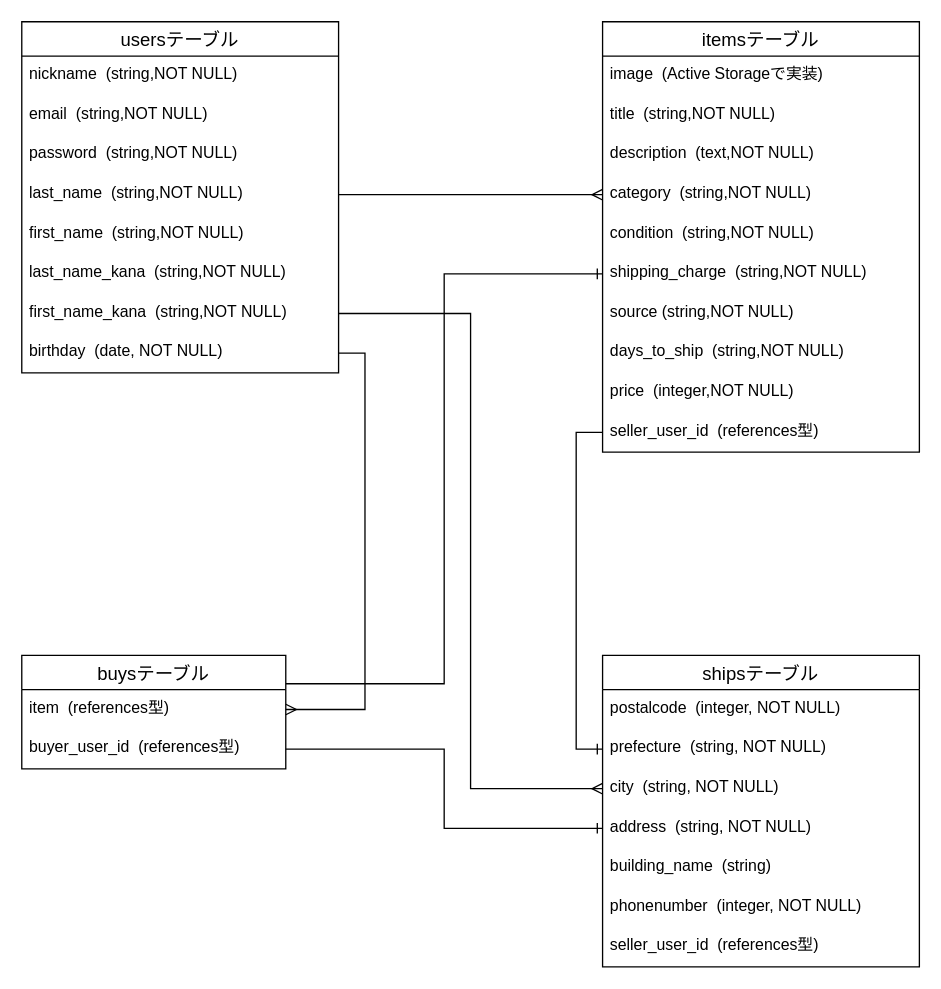
Earlier version of the draw.io diagram furima.dio (foiblelush09/furima-36763). Source tidied: cells renumbered, new cells numbered last; positions are measured from the earlier drawing's top-left corner, leaving out a move shared by most shapes. Both pictures are drawn from the tidied source at 132%, with x=0, y=0 at pixel (21, 21).
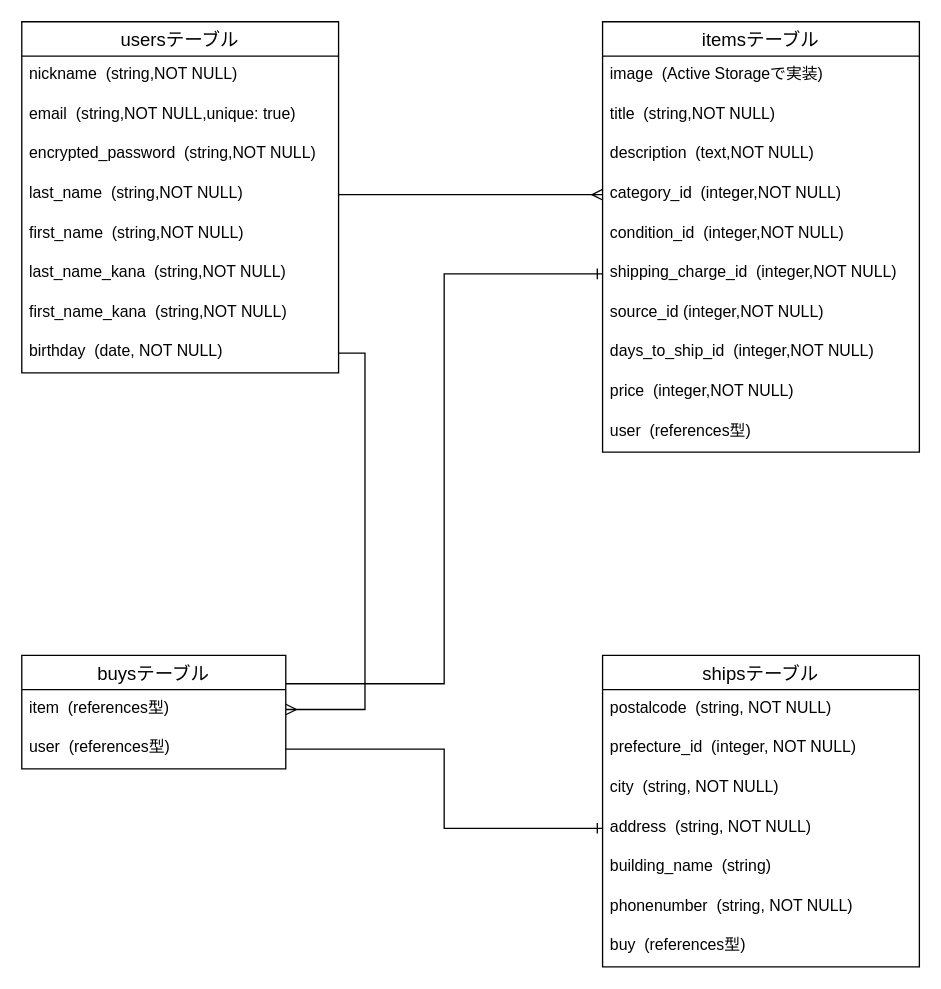
The same diagram, later.

Unchanged cells that the change refers to:
```xml
<mxCell id="2" value="usersテーブル" style="swimlane;fontStyle=0;horizontal=1;startSize=26;align=center;fontSize=14;" parent="1" vertex="1">
  <mxGeometry width="240" height="266" as="geometry" />
</mxCell>
<mxCell id="9" value="first_name_kana  (string,NOT NULL)" style="text;strokeColor=none;fillColor=none;spacingLeft=4;spacingRight=4;overflow=hidden;points=[[0,0.5],[1,0.5]];portConstraint=eastwest;fontSize=12;" parent="2" vertex="1">
  <mxGeometry y="206" width="240" height="30" as="geometry" />
</mxCell>
<mxCell id="11" value="itemsテーブル" style="swimlane;fontStyle=0;horizontal=1;startSize=26;align=center;fontSize=14;" parent="1" vertex="1">
  <mxGeometry x="440" width="240" height="326" as="geometry" />
</mxCell>
<mxCell id="23" value="buysテーブル" style="swimlane;fontStyle=0;horizontal=1;startSize=26;align=center;fontSize=14;" parent="1" vertex="1">
  <mxGeometry y="480" width="200" height="86" as="geometry" />
</mxCell>
<mxCell id="26" value="shipsテーブル" style="swimlane;fontStyle=0;horizontal=1;startSize=26;align=center;fontSize=14;" parent="1" vertex="1">
  <mxGeometry x="440" y="480" width="240" height="236" as="geometry" />
</mxCell>
<mxCell id="29" value="city  (string, NOT NULL)" style="text;strokeColor=none;fillColor=none;spacingLeft=4;spacingRight=4;overflow=hidden;points=[[0,0.5],[1,0.5]];portConstraint=eastwest;fontSize=12;" parent="26" vertex="1">
  <mxGeometry y="86" width="240" height="30" as="geometry" />
</mxCell>
```

Diff of the diagram source:
```diff
@@
-    <mxCell id="4" value="email  (string,NOT NULL)" style="text;strokeColor=none;fillColor=none;spacingLeft=4;spacingRight=4;overflow=hidden;fontSize=12;" parent="2" vertex="1">
+    <mxCell id="4" value="email  (string,NOT NULL,unique: true)" style="text;strokeColor=none;fillColor=none;spacingLeft=4;spacingRight=4;overflow=hidden;fontSize=12;" parent="2" vertex="1">
       <mxGeometry y="56" width="240" height="30" as="geometry" />
     </mxCell>
-    <mxCell id="5" value="password  (string,NOT NULL)" style="text;strokeColor=none;fillColor=none;spacingLeft=4;spacingRight=4;overflow=hidden;fontSize=12;" parent="2" vertex="1">
+    <mxCell id="5" value="encrypted_password  (string,NOT NULL)" style="text;strokeColor=none;fillColor=none;spacingLeft=4;spacingRight=4;overflow=hidden;fontSize=12;" parent="2" vertex="1">
       <mxGeometry y="86" width="240" height="30" as="geometry" />
     </mxCell>
@@
-    <mxCell id="15" value="category  (string,NOT NULL)" style="text;strokeColor=none;fillColor=none;spacingLeft=4;spacingRight=4;overflow=hidden;points=[[0,0.5],[1,0.5]];portConstraint=eastwest;fontSize=12;" parent="11" vertex="1">
+    <mxCell id="15" value="category_id  (integer,NOT NULL)" style="text;strokeColor=none;fillColor=none;spacingLeft=4;spacingRight=4;overflow=hidden;points=[[0,0.5],[1,0.5]];portConstraint=eastwest;fontSize=12;" parent="11" vertex="1">
       <mxGeometry y="116" width="240" height="30" as="geometry" />
     </mxCell>
-    <mxCell id="16" value="condition  (string,NOT NULL)" style="text;strokeColor=none;fillColor=none;spacingLeft=4;spacingRight=4;overflow=hidden;fontSize=12;" parent="11" vertex="1">
+    <mxCell id="16" value="condition_id  (integer,NOT NULL)" style="text;strokeColor=none;fillColor=none;spacingLeft=4;spacingRight=4;overflow=hidden;fontSize=12;" parent="11" vertex="1">
       <mxGeometry y="146" width="240" height="30" as="geometry" />
     </mxCell>
-    <mxCell id="17" value="shipping_charge  (string,NOT NULL)" style="text;strokeColor=none;fillColor=none;spacingLeft=4;spacingRight=4;overflow=hidden;points=[[0,0.5],[1,0.5]];portConstraint=eastwest;fontSize=12;" parent="11" vertex="1">
+    <mxCell id="17" value="shipping_charge_id  (integer,NOT NULL)" style="text;strokeColor=none;fillColor=none;spacingLeft=4;spacingRight=4;overflow=hidden;points=[[0,0.5],[1,0.5]];portConstraint=eastwest;fontSize=12;" parent="11" vertex="1">
       <mxGeometry y="176" width="240" height="30" as="geometry" />
     </mxCell>
-    <mxCell id="18" value="source (string,NOT NULL)" style="text;strokeColor=none;fillColor=none;spacingLeft=4;spacingRight=4;overflow=hidden;fontSize=12;" parent="11" vertex="1">
+    <mxCell id="18" value="source_id (integer,NOT NULL)" style="text;strokeColor=none;fillColor=none;spacingLeft=4;spacingRight=4;overflow=hidden;fontSize=12;" parent="11" vertex="1">
       <mxGeometry y="206" width="240" height="30" as="geometry" />
     </mxCell>
-    <mxCell id="19" value="days_to_ship  (string,NOT NULL)" style="text;strokeColor=none;fillColor=none;spacingLeft=4;spacingRight=4;overflow=hidden;fontSize=12;" parent="11" vertex="1">
+    <mxCell id="19" value="days_to_ship_id  (integer,NOT NULL)" style="text;strokeColor=none;fillColor=none;spacingLeft=4;spacingRight=4;overflow=hidden;fontSize=12;" parent="11" vertex="1">
       <mxGeometry y="236" width="240" height="30" as="geometry" />
     </mxCell>
@@
-    <mxCell id="21" value="seller_user_id  (references型)" style="text;strokeColor=none;fillColor=none;spacingLeft=4;spacingRight=4;overflow=hidden;points=[[0,0.5],[1,0.5]];portConstraint=eastwest;fontSize=12;" parent="11" vertex="1">
+    <mxCell id="21" value="user  (references型)" style="text;strokeColor=none;fillColor=none;spacingLeft=4;spacingRight=4;overflow=hidden;points=[[0,0.5],[1,0.5]];portConstraint=eastwest;fontSize=12;" parent="11" vertex="1">
       <mxGeometry y="296" width="240" height="30" as="geometry" />
     </mxCell>
@@
-    <mxCell id="25" value="buyer_user_id  (references型)" style="text;strokeColor=none;fillColor=none;spacingLeft=4;spacingRight=4;overflow=hidden;points=[[0,0.5],[1,0.5]];portConstraint=eastwest;fontSize=12;" parent="23" vertex="1">
+    <mxCell id="25" value="user  (references型)" style="text;strokeColor=none;fillColor=none;spacingLeft=4;spacingRight=4;overflow=hidden;points=[[0,0.5],[1,0.5]];portConstraint=eastwest;fontSize=12;" parent="23" vertex="1">
       <mxGeometry y="56" width="200" height="30" as="geometry" />
     </mxCell>
@@
-    <mxCell id="27" value="postalcode  (integer, NOT NULL)" style="text;strokeColor=none;fillColor=none;spacingLeft=4;spacingRight=4;overflow=hidden;fontSize=12;" parent="26" vertex="1">
+    <mxCell id="27" value="postalcode  (string, NOT NULL)" style="text;strokeColor=none;fillColor=none;spacingLeft=4;spacingRight=4;overflow=hidden;fontSize=12;" parent="26" vertex="1">
       <mxGeometry y="26" width="240" height="30" as="geometry" />
     </mxCell>
-    <mxCell id="28" value="prefecture  (string, NOT NULL)" style="text;strokeColor=none;fillColor=none;spacingLeft=4;spacingRight=4;overflow=hidden;points=[[0,0.5],[1,0.5]];portConstraint=eastwest;fontSize=12;" parent="26" vertex="1">
+    <mxCell id="28" value="prefecture_id  (integer, NOT NULL)" style="text;strokeColor=none;fillColor=none;spacingLeft=4;spacingRight=4;overflow=hidden;points=[[0,0.5],[1,0.5]];portConstraint=eastwest;fontSize=12;" parent="26" vertex="1">
       <mxGeometry y="56" width="240" height="30" as="geometry" />
     </mxCell>
@@
-    <mxCell id="32" value="phonenumber  (integer, NOT NULL)" style="text;strokeColor=none;fillColor=none;spacingLeft=4;spacingRight=4;overflow=hidden;fontSize=12;" parent="26" vertex="1">
+    <mxCell id="32" value="phonenumber  (string, NOT NULL)" style="text;strokeColor=none;fillColor=none;spacingLeft=4;spacingRight=4;overflow=hidden;fontSize=12;" parent="26" vertex="1">
       <mxGeometry y="176" width="240" height="30" as="geometry" />
     </mxCell>
-    <mxCell id="33" value="seller_user_id  (references型)" style="text;strokeColor=none;fillColor=none;spacingLeft=4;spacingRight=4;overflow=hidden;fontSize=12;" parent="26" vertex="1">
+    <mxCell id="33" value="buy  (references型)" style="text;strokeColor=none;fillColor=none;spacingLeft=4;spacingRight=4;overflow=hidden;fontSize=12;" parent="26" vertex="1">
       <mxGeometry y="206" width="240" height="30" as="geometry" />
     </mxCell>
@@
-    <mxCell id="35" style="edgeStyle=orthogonalEdgeStyle;rounded=0;jettySize=auto;html=1;exitX=0;exitY=0.5;exitDx=0;exitDy=0;entryX=0;entryY=0.5;entryDx=0;entryDy=0;endArrow=ERone;endFill=0;strokeWidth=1;" parent="1" edge="1" source="21" target="28">
-      <mxGeometry relative="1" as="geometry" />
-    </mxCell>
@@
-    <mxCell id="37" style="edgeStyle=orthogonalEdgeStyle;rounded=0;jettySize=auto;html=1;exitX=1;exitY=0.5;exitDx=0;exitDy=0;entryX=0;entryY=0.5;entryDx=0;entryDy=0;endArrow=ERmany;endFill=0;sourcePerimeterSpacing=0;strokeWidth=1;" parent="1" edge="1" source="9" target="29">
-      <mxGeometry relative="1" as="geometry" />
-    </mxCell>
```
